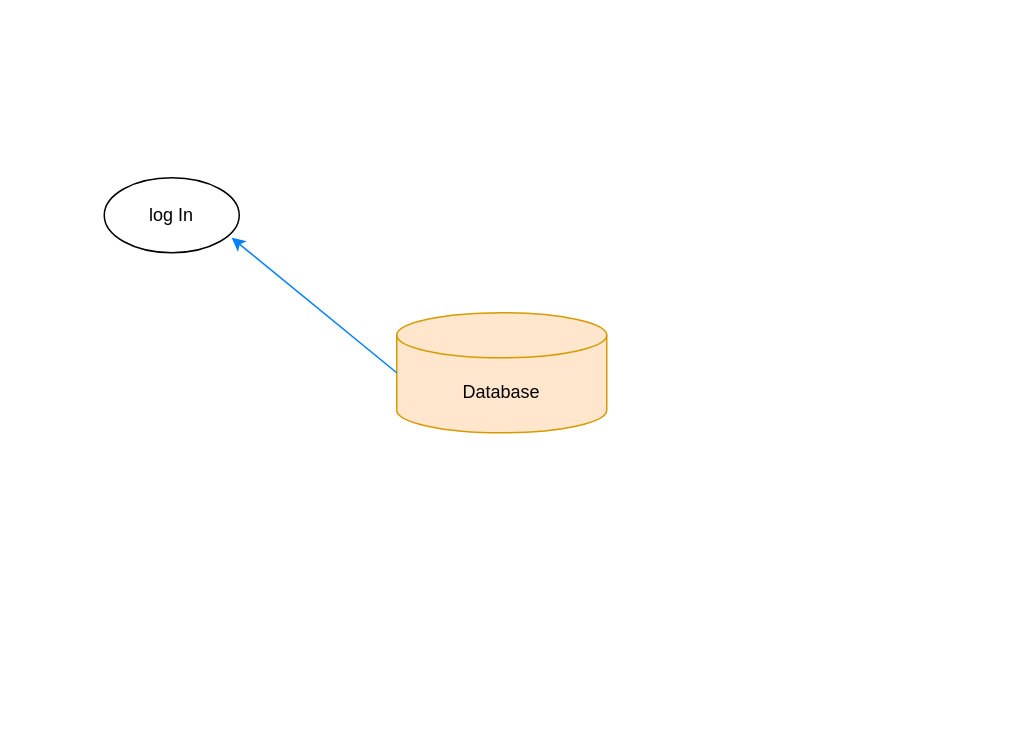
jobanyv9/6400_DatbaseDesign keeps this draw.io diagram as IFD_BuzzBid.drawio. Above is the earlier version. Source tidied: cells renumbered, new cells numbered last; positions are measured from the earlier drawing's top-left corner, leaving out a move shared by most shapes. Both pictures are drawn from the tidied source at 150%, with x=0, y=0 at pixel (104, 177).
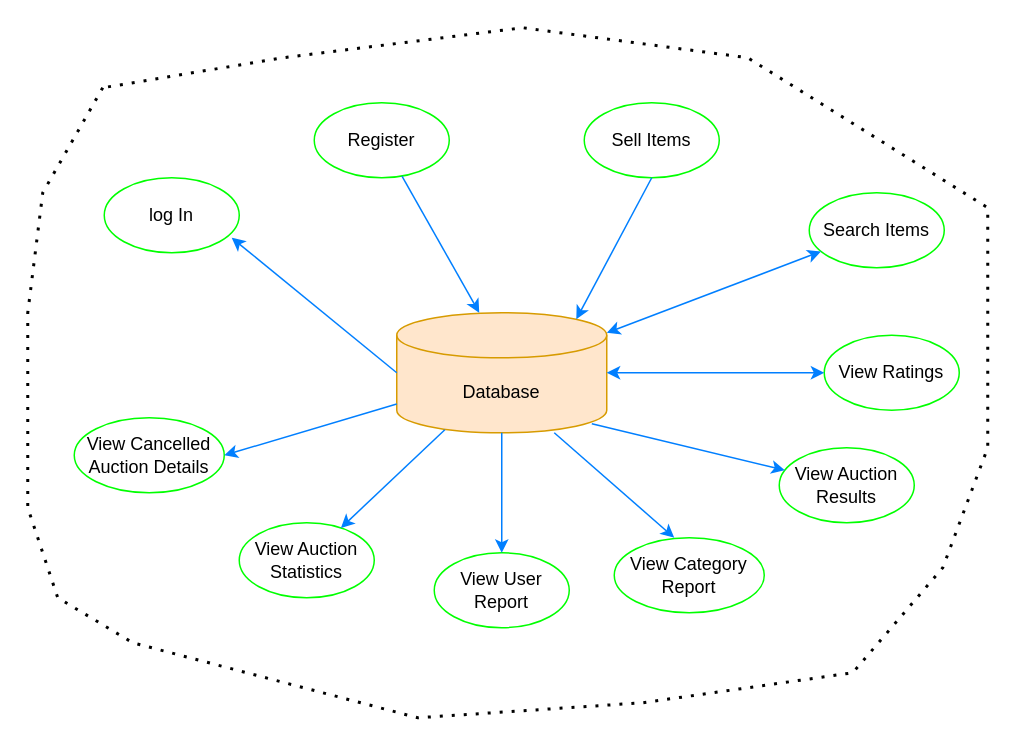
Above is the later version.

Unchanged cells that the change refers to:
```xml
<mxCell id="2" value="Database" style="shape=cylinder3;whiteSpace=wrap;html=1;boundedLbl=1;backgroundOutline=1;size=15;fillColor=#ffe6cc;strokeColor=#d79b00;gradientColor=none;" parent="1" vertex="1">
  <mxGeometry x="195" y="90" width="140" height="80" as="geometry" />
</mxCell>
```

Change to the diagram source:
```diff
@@
-    <mxCell id="3" value="log In" style="ellipse;whiteSpace=wrap;html=1;" parent="1" vertex="1">
+    <mxCell id="3" value="log In" style="ellipse;whiteSpace=wrap;html=1;strokeColor=#00FF00;" parent="1" vertex="1">
       <mxGeometry width="90" height="50" as="geometry" />
     </mxCell>
@@
+    <mxCell id="5" value="Register" style="ellipse;whiteSpace=wrap;html=1;strokeColor=#00FF00;" parent="1" vertex="1">
+      <mxGeometry x="140" y="-50" width="90" height="50" as="geometry" />
+    </mxCell>
+    <mxCell id="6" value="Sell Items" style="ellipse;whiteSpace=wrap;html=1;strokeColor=#00FF00;" parent="1" vertex="1">
+      <mxGeometry x="320" y="-50" width="90" height="50" as="geometry" />
+    </mxCell>
+    <mxCell id="7" value="Search Items" style="ellipse;whiteSpace=wrap;html=1;strokeColor=#00FF00;" parent="1" vertex="1">
+      <mxGeometry x="470" y="10" width="90" height="50" as="geometry" />
+    </mxCell>
+    <mxCell id="8" value="View Ratings" style="ellipse;whiteSpace=wrap;html=1;strokeColor=#00FF00;" parent="1" vertex="1">
+      <mxGeometry x="480" y="105" width="90" height="50" as="geometry" />
+    </mxCell>
+    <mxCell id="9" value="View Auction &lt;br&gt;Results" style="ellipse;whiteSpace=wrap;html=1;strokeColor=#00FF00;" parent="1" vertex="1">
+      <mxGeometry x="450" y="180" width="90" height="50" as="geometry" />
+    </mxCell>
+    <mxCell id="10" value="View Category Report" style="ellipse;whiteSpace=wrap;html=1;strokeColor=#00FF00;" parent="1" vertex="1">
+      <mxGeometry x="340" y="240" width="100" height="50" as="geometry" />
+    </mxCell>
+    <mxCell id="11" value="View User Report" style="ellipse;whiteSpace=wrap;html=1;strokeColor=#00FF00;" parent="1" vertex="1">
+      <mxGeometry x="220" y="250" width="90" height="50" as="geometry" />
+    </mxCell>
+    <mxCell id="12" value="View Auction Statistics" style="ellipse;whiteSpace=wrap;html=1;strokeColor=#00FF00;" parent="1" vertex="1">
+      <mxGeometry x="90" y="230" width="90" height="50" as="geometry" />
+    </mxCell>
+    <mxCell id="13" value="View Cancelled Auction Details" style="ellipse;whiteSpace=wrap;html=1;strokeColor=#00FF00;" parent="1" vertex="1">
+      <mxGeometry x="-20" y="160" width="100" height="50" as="geometry" />
+    </mxCell>
+    <mxCell id="14" style="endArrow=classic;html=1;rounded=0;strokeColor=#007FFF;entryX=0.35;entryY=-0.062;entryDx=0;entryDy=0;entryPerimeter=0;" parent="1" edge="1" source="5">
+      <mxGeometry relative="1" as="geometry">
+        <mxPoint x="250" y="90" as="targetPoint" />
+      </mxGeometry>
+    </mxCell>
+    <mxCell id="15" style="endArrow=classic;html=1;rounded=0;exitX=0.5;exitY=1;exitDx=0;exitDy=0;curved=0;strokeColor=#007FFF;entryX=0.855;entryY=0;entryDx=0;entryDy=4.35;entryPerimeter=0;" parent="1" edge="1" source="6" target="2">
+      <mxGeometry relative="1" as="geometry" />
+    </mxCell>
+    <mxCell id="16" style="endArrow=classic;startArrow=classic;html=1;rounded=0;strokeColor=#007FFF;" parent="1" edge="1" source="2" target="7">
+      <mxGeometry relative="1" as="geometry" />
+    </mxCell>
+    <mxCell id="17" style="endArrow=classic;startArrow=classic;html=1;rounded=0;strokeColor=#007FFF;" parent="1" edge="1" source="2" target="8">
+      <mxGeometry relative="1" as="geometry" />
+    </mxCell>
+    <mxCell id="18" style="endArrow=classic;html=1;rounded=0;exitX=0.929;exitY=0.925;exitDx=0;exitDy=0;exitPerimeter=0;strokeColor=#007FFF;" parent="1" edge="1" source="2" target="9">
+      <mxGeometry relative="1" as="geometry" />
+    </mxCell>
+    <mxCell id="19" style="endArrow=classic;html=1;rounded=0;exitX=0.75;exitY=1;exitDx=0;exitDy=0;exitPerimeter=0;strokeColor=#007FFF;entryX=0.4;entryY=0;entryDx=0;entryDy=0;entryPerimeter=0;" parent="1" edge="1" source="2" target="10">
+      <mxGeometry relative="1" as="geometry" />
+    </mxCell>
+    <mxCell id="20" style="endArrow=classic;html=1;rounded=0;strokeColor=#007FFF;entryX=0.5;entryY=0;entryDx=0;entryDy=0;" parent="1" edge="1" source="2" target="11">
+      <mxGeometry relative="1" as="geometry" />
+    </mxCell>
+    <mxCell id="21" style="endArrow=classic;html=1;rounded=0;strokeColor=#007FFF;exitX=0.229;exitY=0.975;exitDx=0;exitDy=0;exitPerimeter=0;" parent="1" edge="1" source="2" target="12">
+      <mxGeometry relative="1" as="geometry" />
+    </mxCell>
+    <mxCell id="22" style="endArrow=classic;html=1;rounded=0;strokeColor=#007FFF;entryX=1;entryY=0.5;entryDx=0;entryDy=0;" parent="1" edge="1" source="2" target="13">
+      <mxGeometry relative="1" as="geometry" />
+    </mxCell>
+    <mxCell id="23" style="endArrow=none;dashed=1;html=1;dashPattern=1 3;strokeWidth=2;rounded=0;" parent="1" edge="1">
+      <mxGeometry relative="1" as="geometry">
+        <mxPoint x="-1" y="-60" as="sourcePoint" />
+        <mxPoint x="-1" y="-60" as="targetPoint" />
+        <Array as="points">
+          <mxPoint x="-41" y="10" />
+          <mxPoint x="-51" y="90" />
+          <mxPoint x="-51" y="220" />
+          <mxPoint x="-31" y="280" />
+          <mxPoint x="19" y="310" />
+          <mxPoint x="209" y="360" />
+          <mxPoint x="359" y="350" />
+          <mxPoint x="499" y="330" />
+          <mxPoint x="559" y="260" />
+          <mxPoint x="589" y="180" />
+          <mxPoint x="589" y="20" />
+          <mxPoint x="429" y="-80" />
+          <mxPoint x="279" y="-100" />
+          <mxPoint x="119" y="-80" />
+        </Array>
+      </mxGeometry>
+    </mxCell>
```
